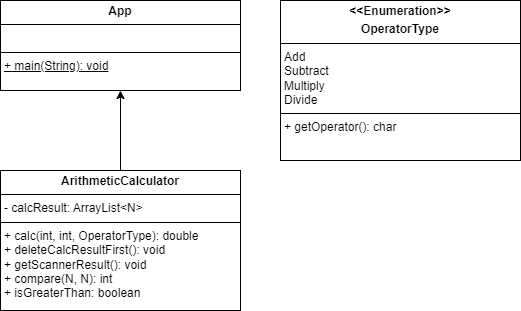
The draw.io diagram read_me_img/lv3_challenge_class_diagram.png in Hae-Dal/CalculatorProject, before a commit. Source tidied: cells renumbered, new cells last; positions are measured from the earlier drawing's top-left corner, leaving out a move shared by most shapes.
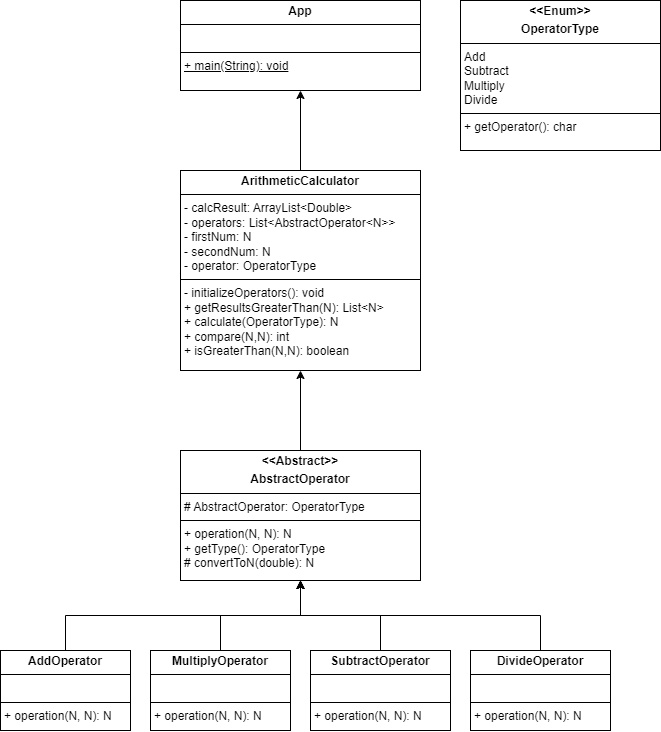
After the commit.

Commit message:
[REFACTORING] 리펙터링

The edit, as a diff of the source:
```diff
@@ -5,14 +5,44 @@
     <mxCell id="2" style="edgeStyle=orthogonalEdgeStyle;rounded=0;jettySize=auto;html=1;exitX=0.5;exitY=0;exitDx=0;exitDy=0;entryX=0.5;entryY=1;entryDx=0;entryDy=0;" parent="1" edge="1" source="3" target="4">
       <mxGeometry relative="1" as="geometry" />
     </mxCell>
-    <mxCell id="3" value="&lt;p style=&quot;margin:0px;margin-top:4px;text-align:center;&quot;&gt;&lt;b&gt;ArithmeticCalculator&lt;/b&gt;&lt;/p&gt;&lt;hr size=&quot;1&quot; style=&quot;border-style:solid;&quot;&gt;&lt;p style=&quot;margin:0px;margin-left:4px;&quot;&gt;- calcResult: ArrayList&lt;span style=&quot;background-color: initial;&quot;&gt;&amp;lt;N&amp;gt;&lt;/span&gt;&lt;/p&gt;&lt;hr size=&quot;1&quot; style=&quot;border-style:solid;&quot;&gt;&lt;p style=&quot;margin:0px;margin-left:4px;&quot;&gt;+ calc(int, int, OperatorType): double&lt;/p&gt;&lt;p style=&quot;margin:0px;margin-left:4px;&quot;&gt;+ deleteCalcResultFirst(): void&lt;/p&gt;&lt;p style=&quot;margin:0px;margin-left:4px;&quot;&gt;+ getScannerResult(): void&lt;/p&gt;&lt;p style=&quot;margin:0px;margin-left:4px;&quot;&gt;+ compare(N, N): int&lt;/p&gt;&lt;p style=&quot;margin:0px;margin-left:4px;&quot;&gt;+ isGreaterThan: boolean&lt;/p&gt;" style="verticalAlign=top;align=left;overflow=fill;html=1;whiteSpace=wrap;" parent="1" vertex="1">
-      <mxGeometry y="170" width="240" height="140" as="geometry" />
+    <mxCell id="3" value="&lt;p style=&quot;margin:0px;margin-top:4px;text-align:center;&quot;&gt;&lt;b&gt;ArithmeticCalculator&lt;/b&gt;&lt;/p&gt;&lt;hr size=&quot;1&quot; style=&quot;border-style:solid;&quot;&gt;&lt;p style=&quot;margin:0px;margin-left:4px;&quot;&gt;- calcResult: ArrayList&lt;span style=&quot;background-color: initial;&quot;&gt;&amp;lt;Double&amp;gt;&lt;/span&gt;&lt;/p&gt;&lt;p style=&quot;margin:0px;margin-left:4px;&quot;&gt;&lt;span style=&quot;background-color: initial;&quot;&gt;- operators: List&amp;lt;AbstractOperator&amp;lt;N&amp;gt;&amp;gt;&lt;/span&gt;&lt;/p&gt;&lt;p style=&quot;margin:0px;margin-left:4px;&quot;&gt;&lt;span style=&quot;background-color: initial;&quot;&gt;- firstNum: N&lt;/span&gt;&lt;/p&gt;&lt;p style=&quot;margin:0px;margin-left:4px;&quot;&gt;&lt;span style=&quot;background-color: initial;&quot;&gt;- secondNum: N&lt;/span&gt;&lt;/p&gt;&lt;p style=&quot;margin:0px;margin-left:4px;&quot;&gt;&lt;span style=&quot;background-color: initial;&quot;&gt;- operator: OperatorType&lt;/span&gt;&lt;/p&gt;&lt;hr size=&quot;1&quot; style=&quot;border-style:solid;&quot;&gt;&lt;p style=&quot;margin:0px;margin-left:4px;&quot;&gt;- initializeOperators(): void&lt;/p&gt;&lt;p style=&quot;margin:0px;margin-left:4px;&quot;&gt;+ getResultsGreaterThan(N): List&amp;lt;N&amp;gt;&lt;/p&gt;&lt;p style=&quot;margin:0px;margin-left:4px;&quot;&gt;+ calculate(OperatorType): N&lt;/p&gt;&lt;p style=&quot;margin:0px;margin-left:4px;&quot;&gt;+ compare(N,N): int&lt;/p&gt;&lt;p style=&quot;margin:0px;margin-left:4px;&quot;&gt;+ isGreaterThan(N,N): boolean&lt;/p&gt;" style="verticalAlign=top;align=left;overflow=fill;html=1;whiteSpace=wrap;" parent="1" vertex="1">
+      <mxGeometry y="170" width="240" height="200" as="geometry" />
     </mxCell>
     <mxCell id="4" value="&lt;p style=&quot;margin:0px;margin-top:4px;text-align:center;&quot;&gt;&lt;b&gt;App&lt;/b&gt;&lt;/p&gt;&lt;hr size=&quot;1&quot; style=&quot;border-style:solid;&quot;&gt;&lt;p style=&quot;margin:0px;margin-left:4px;&quot;&gt;&lt;br&gt;&lt;/p&gt;&lt;hr size=&quot;1&quot; style=&quot;border-style:solid;&quot;&gt;&lt;p style=&quot;margin:0px;margin-left:4px;&quot;&gt;&lt;u&gt;+ main(String): void&lt;/u&gt;&lt;/p&gt;" style="verticalAlign=top;align=left;overflow=fill;html=1;whiteSpace=wrap;" parent="1" vertex="1">
       <mxGeometry width="240" height="90" as="geometry" />
     </mxCell>
-    <mxCell id="5" value="&lt;p style=&quot;margin:0px;margin-top:4px;text-align:center;&quot;&gt;&lt;b&gt;&amp;lt;&amp;lt;Enumeration&amp;gt;&amp;gt;&lt;/b&gt;&lt;/p&gt;&lt;p style=&quot;margin:0px;margin-top:4px;text-align:center;&quot;&gt;&lt;b&gt;OperatorType&lt;/b&gt;&lt;/p&gt;&lt;hr size=&quot;1&quot; style=&quot;border-style:solid;&quot;&gt;&lt;p style=&quot;margin:0px;margin-left:4px;&quot;&gt;Add&lt;/p&gt;&lt;p style=&quot;margin:0px;margin-left:4px;&quot;&gt;Subtract&lt;/p&gt;&lt;p style=&quot;margin:0px;margin-left:4px;&quot;&gt;Multiply&lt;/p&gt;&lt;p style=&quot;margin:0px;margin-left:4px;&quot;&gt;Divide&lt;/p&gt;&lt;hr size=&quot;1&quot; style=&quot;border-style:solid;&quot;&gt;&lt;p style=&quot;margin:0px;margin-left:4px;&quot;&gt;+ getOperator(): char&lt;/p&gt;" style="verticalAlign=top;align=left;overflow=fill;html=1;whiteSpace=wrap;" parent="1" vertex="1">
-      <mxGeometry x="280" width="240" height="160" as="geometry" />
-    </mxCell>
+    <mxCell id="6" style="edgeStyle=orthogonalEdgeStyle;rounded=0;jettySize=auto;html=1;" parent="1" edge="1" source="7" target="3">
+      <mxGeometry relative="1" as="geometry" />
+    </mxCell>
+    <mxCell id="7" value="&lt;p style=&quot;margin:0px;margin-top:4px;text-align:center;&quot;&gt;&lt;b&gt;&amp;lt;&amp;lt;Abstract&amp;gt;&amp;gt;&lt;/b&gt;&lt;b&gt;&lt;br&gt;&lt;/b&gt;&lt;/p&gt;&lt;p style=&quot;margin:0px;margin-top:4px;text-align:center;&quot;&gt;&lt;b&gt;AbstractOperator&lt;/b&gt;&lt;/p&gt;&lt;hr size=&quot;1&quot; style=&quot;border-style:solid;&quot;&gt;&lt;p style=&quot;margin:0px;margin-left:4px;&quot;&gt;# AbstractOperator: OperatorType&lt;/p&gt;&lt;hr size=&quot;1&quot; style=&quot;border-style:solid;&quot;&gt;&lt;p style=&quot;margin:0px;margin-left:4px;&quot;&gt;+ operation(N, N): N&lt;/p&gt;&lt;p style=&quot;margin:0px;margin-left:4px;&quot;&gt;+ getType(): OperatorType&lt;/p&gt;&lt;p style=&quot;margin:0px;margin-left:4px;&quot;&gt;# convertToN(double): N&lt;/p&gt;" style="verticalAlign=top;align=left;overflow=fill;html=1;whiteSpace=wrap;" parent="1" vertex="1">
+      <mxGeometry y="450" width="240" height="130" as="geometry" />
+    </mxCell>
+    <mxCell id="8" style="edgeStyle=orthogonalEdgeStyle;rounded=0;jettySize=auto;html=1;exitX=0.5;exitY=0;exitDx=0;exitDy=0;entryX=0.5;entryY=1;entryDx=0;entryDy=0;" parent="1" edge="1" source="9" target="7">
+      <mxGeometry relative="1" as="geometry" />
+    </mxCell>
+    <mxCell id="9" value="&lt;p style=&quot;margin:0px;margin-top:4px;text-align:center;&quot;&gt;&lt;b&gt;AddOperator&lt;/b&gt;&lt;/p&gt;&lt;hr size=&quot;1&quot; style=&quot;border-style:solid;&quot;&gt;&lt;p style=&quot;margin:0px;margin-left:4px;&quot;&gt;&lt;br&gt;&lt;/p&gt;&lt;hr size=&quot;1&quot; style=&quot;border-style:solid;&quot;&gt;&lt;p style=&quot;margin:0px;margin-left:4px;&quot;&gt;+ operation(N, N): N&lt;/p&gt;" style="verticalAlign=top;align=left;overflow=fill;html=1;whiteSpace=wrap;" parent="1" vertex="1">
+      <mxGeometry x="-180" y="650" width="130" height="80" as="geometry" />
+    </mxCell>
+    <mxCell id="10" style="edgeStyle=orthogonalEdgeStyle;rounded=0;jettySize=auto;html=1;exitX=0.5;exitY=0;exitDx=0;exitDy=0;entryX=0.5;entryY=1;entryDx=0;entryDy=0;" parent="1" edge="1" source="11" target="7">
+      <mxGeometry relative="1" as="geometry" />
+    </mxCell>
+    <mxCell id="11" value="&lt;p style=&quot;margin:0px;margin-top:4px;text-align:center;&quot;&gt;&lt;b&gt;MultiplyOperator&lt;/b&gt;&lt;/p&gt;&lt;hr size=&quot;1&quot; style=&quot;border-style:solid;&quot;&gt;&lt;p style=&quot;margin:0px;margin-left:4px;&quot;&gt;&lt;br&gt;&lt;/p&gt;&lt;hr size=&quot;1&quot; style=&quot;border-style:solid;&quot;&gt;&lt;p style=&quot;margin:0px;margin-left:4px;&quot;&gt;+ operation(N, N): N&lt;/p&gt;" style="verticalAlign=top;align=left;overflow=fill;html=1;whiteSpace=wrap;" parent="1" vertex="1">
+      <mxGeometry x="-30" y="650" width="140" height="80" as="geometry" />
+    </mxCell>
+    <mxCell id="12" style="edgeStyle=orthogonalEdgeStyle;rounded=0;jettySize=auto;html=1;exitX=0.5;exitY=0;exitDx=0;exitDy=0;entryX=0.5;entryY=1;entryDx=0;entryDy=0;" parent="1" edge="1" source="13" target="7">
+      <mxGeometry relative="1" as="geometry" />
+    </mxCell>
+    <mxCell id="13" value="&lt;p style=&quot;margin:0px;margin-top:4px;text-align:center;&quot;&gt;&lt;b&gt;SubtractOperator&lt;/b&gt;&lt;/p&gt;&lt;hr size=&quot;1&quot; style=&quot;border-style:solid;&quot;&gt;&lt;p style=&quot;margin:0px;margin-left:4px;&quot;&gt;&lt;br&gt;&lt;/p&gt;&lt;hr size=&quot;1&quot; style=&quot;border-style:solid;&quot;&gt;&lt;p style=&quot;margin:0px;margin-left:4px;&quot;&gt;+ operation(N, N): N&lt;/p&gt;" style="verticalAlign=top;align=left;overflow=fill;html=1;whiteSpace=wrap;" parent="1" vertex="1">
+      <mxGeometry x="130" y="650" width="140" height="80" as="geometry" />
+    </mxCell>
+    <mxCell id="14" style="edgeStyle=orthogonalEdgeStyle;rounded=0;jettySize=auto;html=1;exitX=0.5;exitY=0;exitDx=0;exitDy=0;entryX=0.5;entryY=1;entryDx=0;entryDy=0;" parent="1" edge="1" source="15" target="7">
+      <mxGeometry relative="1" as="geometry" />
+    </mxCell>
+    <mxCell id="15" value="&lt;p style=&quot;margin:0px;margin-top:4px;text-align:center;&quot;&gt;&lt;b&gt;DivideOperator&lt;/b&gt;&lt;/p&gt;&lt;hr size=&quot;1&quot; style=&quot;border-style:solid;&quot;&gt;&lt;p style=&quot;margin:0px;margin-left:4px;&quot;&gt;&lt;br&gt;&lt;/p&gt;&lt;hr size=&quot;1&quot; style=&quot;border-style:solid;&quot;&gt;&lt;p style=&quot;margin:0px;margin-left:4px;&quot;&gt;+ operation(N, N): N&lt;/p&gt;" style="verticalAlign=top;align=left;overflow=fill;html=1;whiteSpace=wrap;" parent="1" vertex="1">
+      <mxGeometry x="290" y="650" width="140" height="80" as="geometry" />
+    </mxCell>
+    <mxCell id="16" value="&lt;p style=&quot;margin:0px;margin-top:4px;text-align:center;&quot;&gt;&lt;b&gt;&amp;lt;&amp;lt;Enum&amp;gt;&amp;gt;&lt;/b&gt;&lt;/p&gt;&lt;p style=&quot;margin:0px;margin-top:4px;text-align:center;&quot;&gt;&lt;b&gt;OperatorType&lt;/b&gt;&lt;/p&gt;&lt;hr size=&quot;1&quot; style=&quot;border-style:solid;&quot;&gt;&lt;p style=&quot;margin: 0px 0px 0px 4px;&quot;&gt;Add&lt;/p&gt;&lt;p style=&quot;margin: 0px 0px 0px 4px;&quot;&gt;Subtract&lt;/p&gt;&lt;p style=&quot;margin: 0px 0px 0px 4px;&quot;&gt;Multiply&lt;/p&gt;&lt;p style=&quot;margin: 0px 0px 0px 4px;&quot;&gt;Divide&lt;/p&gt;&lt;hr size=&quot;1&quot; style=&quot;border-style:solid;&quot;&gt;&lt;p style=&quot;margin:0px;margin-left:4px;&quot;&gt;+ getOperator(): char&lt;/p&gt;" style="verticalAlign=top;align=left;overflow=fill;html=1;whiteSpace=wrap;" parent="1" vertex="1">
+      <mxGeometry x="280" width="200" height="150" as="geometry" />
+    </mxCell>
   </root>
 </mxGraphModel>
```
